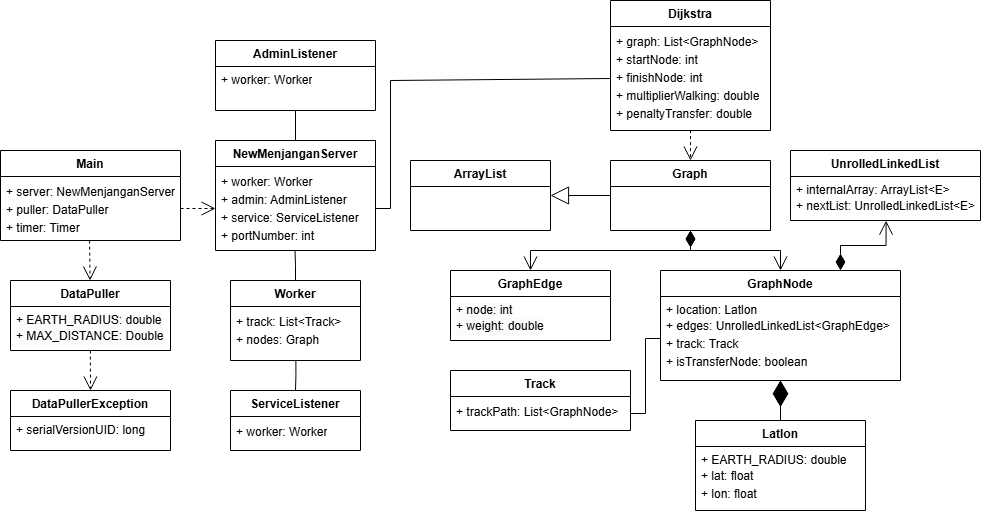
MuhammadAldiRivandi/Skripsi keeps this draw.io diagram as doc/DokumenSkripsi/Gambar/class-diagram.png. Above is the earlier version. Source tidied: cells renumbered, new cells last; positions are measured from the earlier drawing's top-left corner, leaving out a move shared by most shapes.
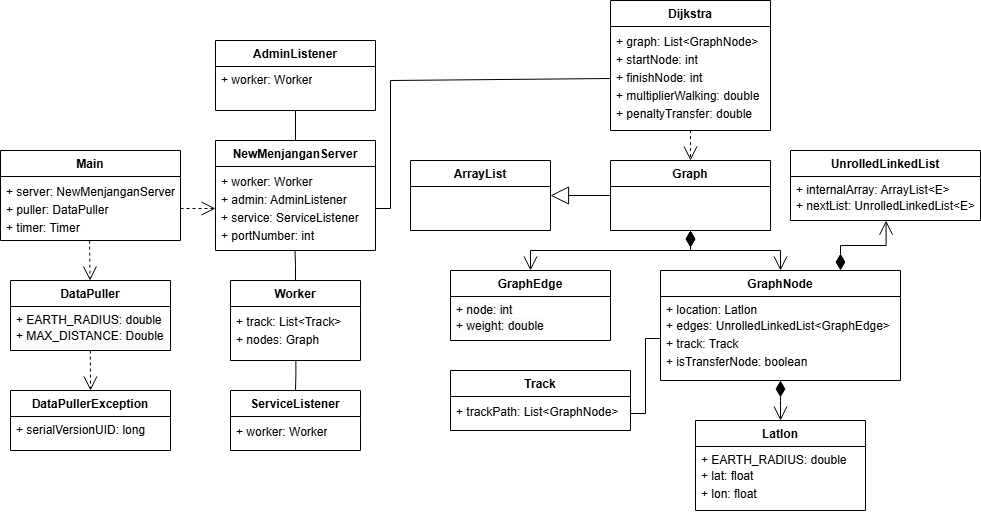
After the change.

Change to the diagram source:
```diff
@@ -110,9 +110,6 @@
     <mxCell id="37" value="&lt;div style=&quot;line-height: 18px;&quot;&gt;&lt;span style=&quot;background-color: initial;&quot;&gt;+ trackPath: List&amp;lt;GraphNode&amp;gt;&lt;/span&gt;&lt;/div&gt;" style="text;strokeColor=none;fillColor=none;align=left;verticalAlign=top;spacingLeft=4;spacingRight=4;overflow=hidden;points=[[0,0.5],[1,0.5]];portConstraint=eastwest;whiteSpace=wrap;html=1;" parent="36" vertex="1">
       <mxGeometry y="26" width="180" height="34" as="geometry" />
     </mxCell>
-    <mxCell id="38" style="endArrow=diamondThin;endFill=1;endSize=24;html=1;rounded=0;entryX=0.5;entryY=0.996;entryDx=0;entryDy=0;entryPerimeter=0;exitX=0.5;exitY=0;exitDx=0;exitDy=0;" parent="1" edge="1" source="34" target="28">
-      <mxGeometry relative="1" as="geometry" />
-    </mxCell>
     <mxCell id="39" style="endArrow=none;html=1;edgeStyle=orthogonalEdgeStyle;rounded=0;exitX=1;exitY=0.5;exitDx=0;exitDy=0;entryX=0;entryY=0.5;entryDx=0;entryDy=0;" parent="1" edge="1" source="37" target="28">
       <mxGeometry relative="1" as="geometry" />
     </mxCell>
@@ -133,5 +130,10 @@
         </Array>
       </mxGeometry>
     </mxCell>
+    <mxCell id="44" style="endArrow=open;html=1;endSize=12;startArrow=diamondThin;startSize=14;startFill=1;edgeStyle=orthogonalEdgeStyle;align=left;verticalAlign=bottom;rounded=0;exitX=0.5;exitY=0.999;exitDx=0;exitDy=0;exitPerimeter=0;" parent="1" edge="1" source="28">
+      <mxGeometry x="-1" y="3" relative="1" as="geometry">
+        <mxPoint x="780" y="420" as="targetPoint" />
+      </mxGeometry>
+    </mxCell>
   </root>
 </mxGraphModel>
```
